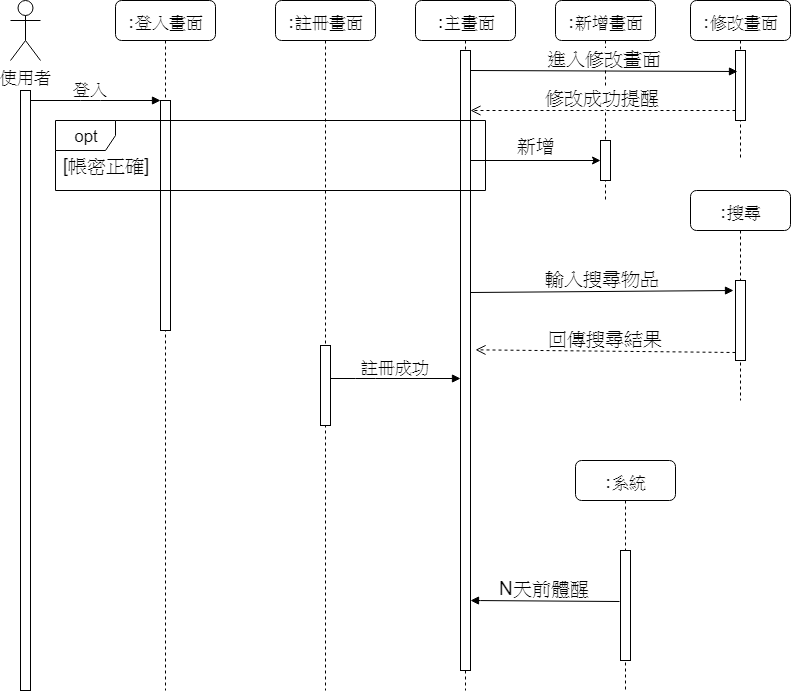
This is 循序圖.png from 0624059/oo_22, a draw.io export, as it was before one commit. Source tidied: cells renumbered, new cells last; positions are measured from the earlier drawing's top-left corner, leaving out a move shared by most shapes.
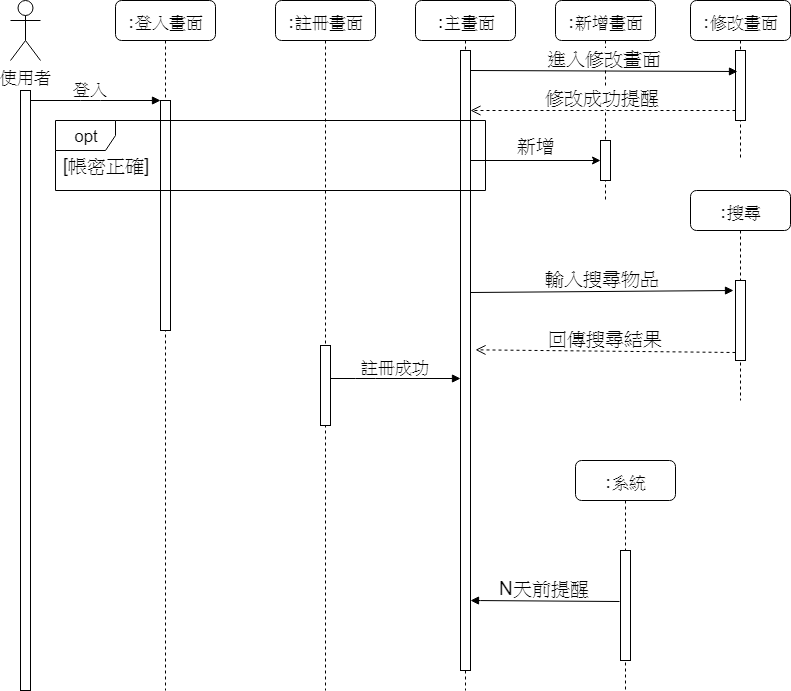
Above is the later version.

What changed in the source:
```diff
@@ -100,7 +100,7 @@
     <mxCell id="27" style="html=1;perimeter=orthogonalPerimeter;rounded=0;shadow=0;comic=0;labelBackgroundColor=none;strokeColor=#000000;strokeWidth=1;fillColor=#FFFFFF;fontFamily=Verdana;fontSize=17;fontColor=#000000;align=center;" parent="26" vertex="1">
       <mxGeometry x="45" y="90" width="10" height="110" as="geometry" />
     </mxCell>
-    <mxCell id="28" value="N天前體醒" style="html=1;verticalAlign=bottom;endArrow=block;fontFamily=Helvetica;fontSize=19;exitX=0.1;exitY=0.191;exitDx=0;exitDy=0;exitPerimeter=0;" parent="1" edge="1">
+    <mxCell id="28" value="N天前提醒" style="html=1;verticalAlign=bottom;endArrow=block;fontFamily=Helvetica;fontSize=19;exitX=0.1;exitY=0.191;exitDx=0;exitDy=0;exitPerimeter=0;" parent="1" edge="1">
       <mxGeometry relative="1" as="geometry">
         <mxPoint x="609" y="601" as="sourcePoint" />
         <mxPoint x="460" y="600" as="targetPoint" />
```
